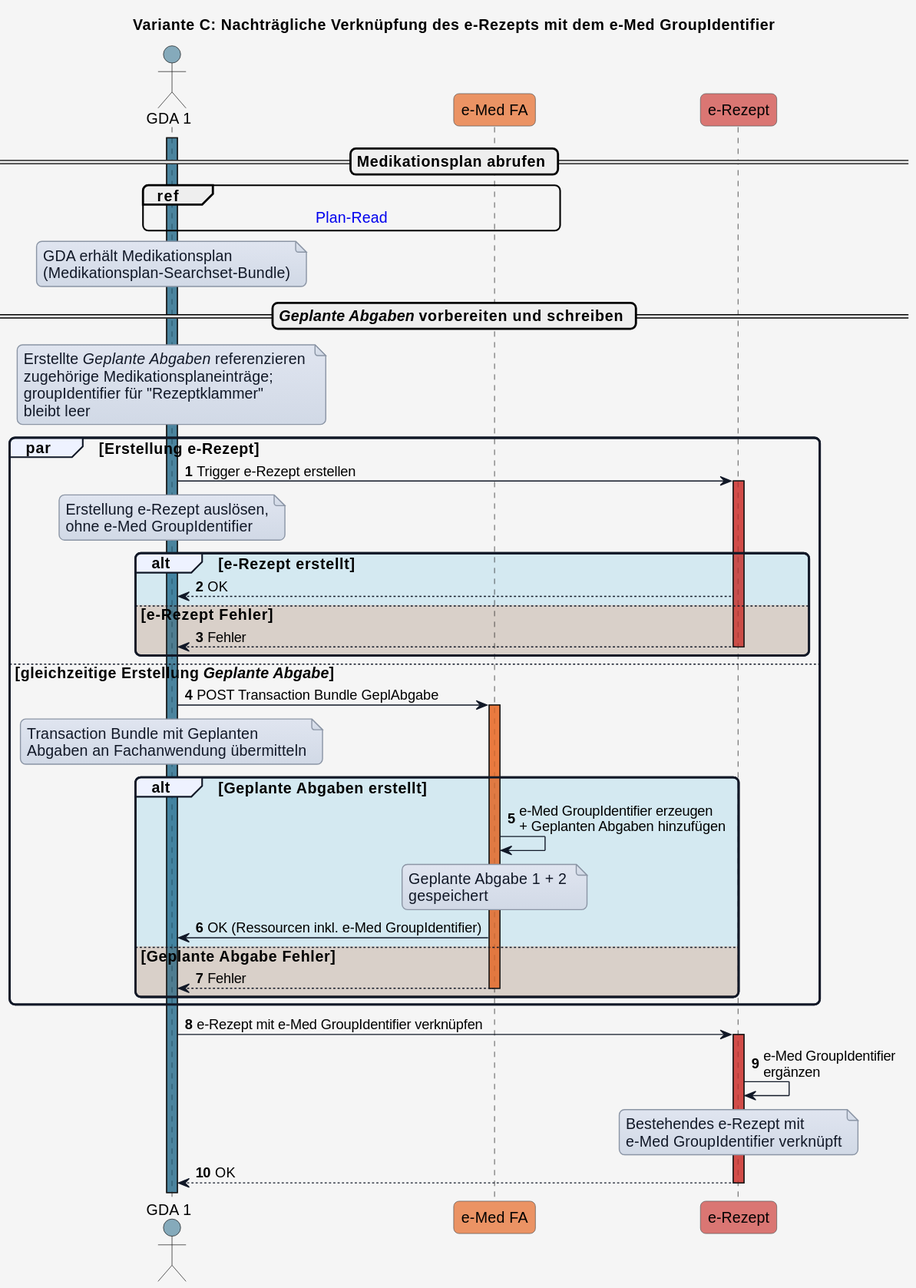
HL7Austria/ELGA-e-Medikation-R4 keeps this PlantUML diagram as input/images/plantuml/UC_eMed_04_01_c.svg. Above is the earlier version. The source it was exported from:
```plantuml
@startuml
title Variante C: Nachträgliche Verknüpfung des e-Rezepts mit dem e-Med GroupIdentifier


skinparam borderColor #000000
skinparam backgroundColor #f5f5f5
skinparam shadowing false
skinparam roundCorner 10
skinparam defaultFontName "Arial"
skinparam defaultFontSize 14
skinparam defaultFontColor #000000
skinparam HyperlinkColor #0000EE
skinparam HyperlinkUnderline false
skinparam BoxPadding 20
skinparam BoxBorderColor #555555

skinparam note {
  BackgroundColor #e0e5f0-#d1d9e6
  BorderColor #8b95a5
  BorderThickness 1
  RoundCorner 0
  Padding 6
  FontColor #111827
  Shadowing false
}

skinparam sequence {
  ParticipantBorderColor #555555
  ParticipantBackgroundColor #ffffff
  ParticipantFontColor #000000
  ParticipantFontSize 14
  ParticipantPadding 20
  ArrowColor #111827
  ArrowThickness 1
  ArrowFontColor #000000
  ArrowFontSize 13
  GroupBorderColor #111827
  GroupBackgroundColor #eef2ff
  GroupBorderThickness 2
}

!define COLOR_GDA_1    #15608280
!define COLOR_GDA_2    #96607D80
!define COLOR_PATIENT  #196B2480
!define COLOR_APO      #0F9ED590
!define COLOR_EMED_FA  #e97232bd
!define COLOR_E_REZEPT #cd3732a9

!define COLOR_OK       #0F9ED525
!define COLOR_ERROR    #E9713235

actor GDA_1 as "GDA 1" COLOR_GDA_1

participant eMed_FA as "e-Med FA" COLOR_EMED_FA

participant e_Rezept as "e-Rezept" COLOR_E_REZEPT

autonumber

== Medikationsplan abrufen ==

activate GDA_1 COLOR_GDA_1
ref over GDA_1, eMed_FA : [[interactions.html#sequenzdiagramm-plan-read Plan-Read]]


note over GDA_1
GDA erhält Medikationsplan
(Medikationsplan-Searchset-Bundle)
end note

== <i>Geplante Abgaben</i> vorbereiten und schreiben ==

note over GDA_1
Erstellte <i>Geplante Abgaben</i> referenzieren
zugehörige Medikationsplaneinträge;
groupIdentifier für "Rezeptklammer"
bleibt leer
end note

par Erstellung e-Rezept

  GDA_1 -> e_Rezept: Trigger e-Rezept erstellen
  activate e_Rezept COLOR_E_REZEPT
  note over GDA_1
  Erstellung e-Rezept auslösen,
  ohne e-Med GroupIdentifier
  end note

  alt COLOR_OK e-Rezept erstellt
    e_Rezept --> GDA_1: OK

  else COLOR_ERROR e-Rezept Fehler
    e_Rezept --> GDA_1: Fehler
    deactivate e_Rezept
  end

else gleichzeitige Erstellung <i>Geplante Abgabe</i>

  GDA_1 -> eMed_FA: POST Transaction Bundle GeplAbgabe

  activate eMed_FA COLOR_EMED_FA
  note over GDA_1
    Transaction Bundle mit Geplanten
    Abgaben an Fachanwendung übermitteln
  end note

  alt COLOR_OK Geplante Abgaben erstellt

    eMed_FA -> eMed_FA: e-Med GroupIdentifier erzeugen\n+ Geplanten Abgaben hinzufügen

    note over eMed_FA
    Geplante Abgabe 1 + 2
    gespeichert
    end note

    eMed_FA -> GDA_1: OK (Ressourcen inkl. e-Med GroupIdentifier)

  else COLOR_ERROR Geplante Abgabe Fehler
    eMed_FA --> GDA_1: Fehler
    deactivate eMed_FA

  end

end

GDA_1 -> e_Rezept: e-Rezept mit e-Med GroupIdentifier verknüpfen
  activate e_Rezept COLOR_E_REZEPT
  e_Rezept -> e_Rezept: e-Med GroupIdentifier\nergänzen
  note over e_Rezept
    Bestehendes e-Rezept mit
    e-Med GroupIdentifier verknüpft
  end note
  e_Rezept --> GDA_1: OK
  deactivate e_Rezept
@enduml
```
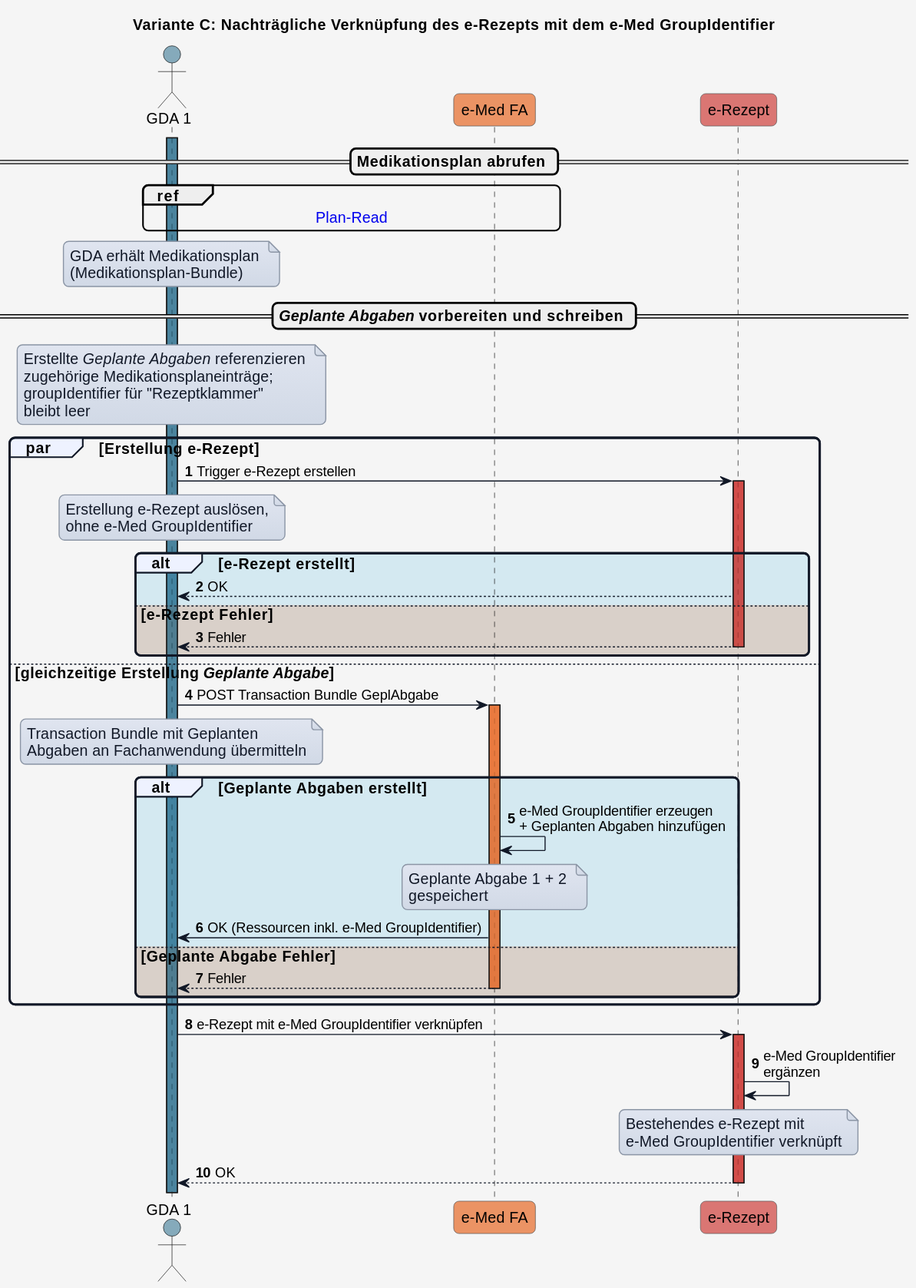
The same diagram one commit later.

What changed in the source:
```diff
@@ -65,7 +65,7 @@
 
 note over GDA_1
 GDA erhält Medikationsplan
-(Medikationsplan-Searchset-Bundle)
+(Medikationsplan-Bundle)
 end note
 
 == <i>Geplante Abgaben</i> vorbereiten und schreiben ==
```
